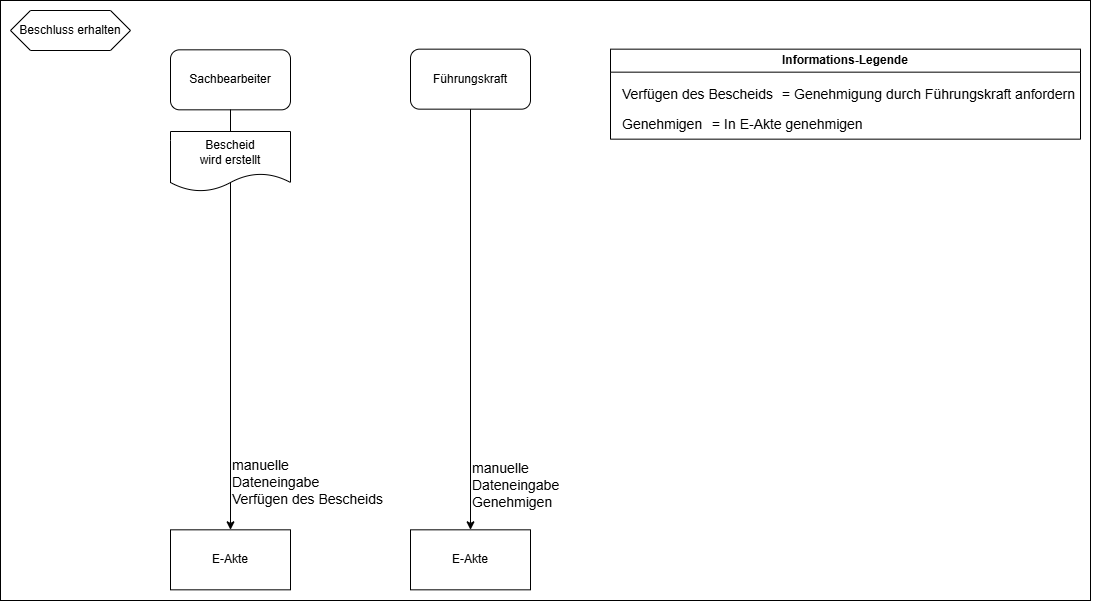
Earlier version of the draw.io export docs/src/about/dataflow-diagram/Angenommen-state.png (it-at-m/stadtbezirksbudget). Source tidied: cells renumbered, new cells last; positions are measured from the earlier drawing's top-left corner, leaving out a move shared by most shapes.
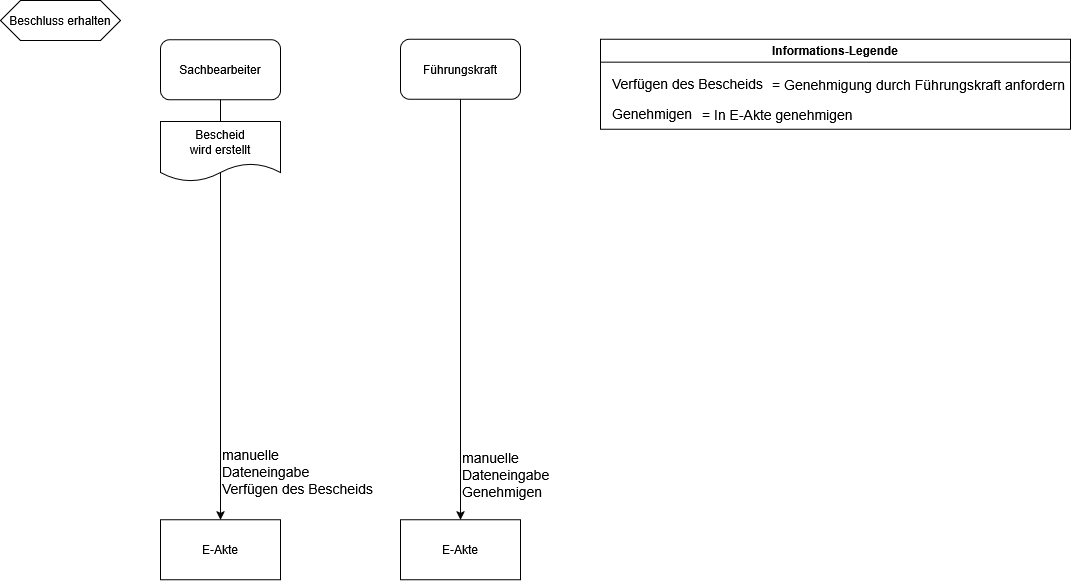
Later version of the same file.

Commit message:
:memo: Fix image border

The edit, as a diff of the source:
```diff
@@ -23,35 +23,32 @@
     <mxCell id="8" value="&lt;div&gt;&lt;span style=&quot;font-size: 14px;&quot;&gt;Genehmigen&lt;/span&gt;&lt;/div&gt;" style="text;whiteSpace=wrap;html=1;" parent="4" vertex="1">
       <mxGeometry x="10" y="60" width="90" height="30" as="geometry" />
     </mxCell>
-    <mxCell id="9" value="E-Akte" style="rounded=0;whiteSpace=wrap;html=1;" parent="1" vertex="1">
-      <mxGeometry x="170" y="529.3" width="120" height="60" as="geometry" />
-    </mxCell>
-    <mxCell id="10" style="endArrow=classic;html=1;rounded=0;exitX=0.5;exitY=1;exitDx=0;exitDy=0;" parent="1" edge="1">
-      <mxGeometry relative="1" as="geometry">
-        <mxPoint x="230" y="109" as="sourcePoint" />
-        <mxPoint x="230" y="529.3" as="targetPoint" />
-      </mxGeometry>
-    </mxCell>
+    <mxCell id="18" value="E-Akte" style="rounded=0;whiteSpace=wrap;html=1;" parent="1" vertex="1">
+      <mxGeometry x="170" y="529.3" width="120" height="60" as="geometry" />
+    </mxCell>
+    <mxCell id="19" style="endArrow=classic;html=1;rounded=0;exitX=0.5;exitY=1;exitDx=0;exitDy=0;" parent="1" edge="1">
+      <mxGeometry relative="1" as="geometry">
+        <mxPoint x="230" y="109" as="sourcePoint" />
+        <mxPoint x="230" y="529.3" as="targetPoint" />
+      </mxGeometry>
+    </mxCell>
     <mxCell id="11" value="&lt;div&gt;&lt;font style=&quot;font-size: 14px;&quot;&gt;manuelle&lt;br&gt;&lt;/font&gt;&lt;/div&gt;&lt;div&gt;&lt;font style=&quot;font-size: 14px;&quot;&gt;Dateneingabe&lt;/font&gt;&lt;/div&gt;&lt;div&gt;&lt;font style=&quot;font-size: 14px;&quot;&gt;Verfügen des Bescheids&lt;/font&gt;&lt;/div&gt;" style="text;whiteSpace=wrap;html=1;" parent="1" vertex="1">
       <mxGeometry x="230" y="450" width="170" height="50" as="geometry" />
     </mxCell>
     <mxCell id="12" value="Führungskraft" style="rounded=1;whiteSpace=wrap;html=1;" parent="1" vertex="1">
       <mxGeometry x="410" y="48.7" width="120" height="60" as="geometry" />
     </mxCell>
-    <mxCell id="13" value="E-Akte" style="rounded=0;whiteSpace=wrap;html=1;" parent="1" vertex="1">
-      <mxGeometry x="410" y="529.3" width="120" height="60" as="geometry" />
-    </mxCell>
-    <mxCell id="14" style="endArrow=classic;html=1;rounded=0;exitX=0.5;exitY=1;exitDx=0;exitDy=0;entryX=0.5;entryY=0;entryDx=0;entryDy=0;" parent="1" edge="1" source="12" target="13">
-      <mxGeometry relative="1" as="geometry" />
-    </mxCell>
+    <mxCell id="20" value="E-Akte" style="rounded=0;whiteSpace=wrap;html=1;" parent="1" vertex="1">
+      <mxGeometry x="410" y="529.3" width="120" height="60" as="geometry" />
+    </mxCell>
+    <mxCell id="21" style="endArrow=classic;html=1;rounded=0;exitX=0.5;exitY=1;exitDx=0;exitDy=0;entryX=0.5;entryY=0;entryDx=0;entryDy=0;" parent="1" edge="1" source="12" target="20">
+      <mxGeometry relative="1" as="geometry" />
+    </mxCell>
     <mxCell id="15" value="&lt;div&gt;&lt;font style=&quot;font-size: 14px;&quot;&gt;manuelle&lt;br&gt;&lt;/font&gt;&lt;/div&gt;&lt;div&gt;&lt;font style=&quot;font-size: 14px;&quot;&gt;Dateneingabe&lt;/font&gt;&lt;/div&gt;&lt;div&gt;&lt;font style=&quot;font-size: 14px;&quot;&gt;Genehmigen&lt;/font&gt;&lt;/div&gt;" style="text;whiteSpace=wrap;html=1;" parent="1" vertex="1">
       <mxGeometry x="470" y="452.7" width="120" height="50" as="geometry" />
     </mxCell>
     <mxCell id="16" value="Bescheid&lt;div&gt;wird erstellt&lt;/div&gt;" style="shape=document;whiteSpace=wrap;html=1;boundedLbl=1;" parent="1" vertex="1">
       <mxGeometry x="170" y="131" width="120" height="60" as="geometry" />
     </mxCell>
-    <mxCell id="17" style="rounded=0;whiteSpace=wrap;html=1;fillColor=none;" parent="1" vertex="1">
-      <mxGeometry width="1090" height="600" as="geometry" />
-    </mxCell>
   </root>
 </mxGraphModel>
```
